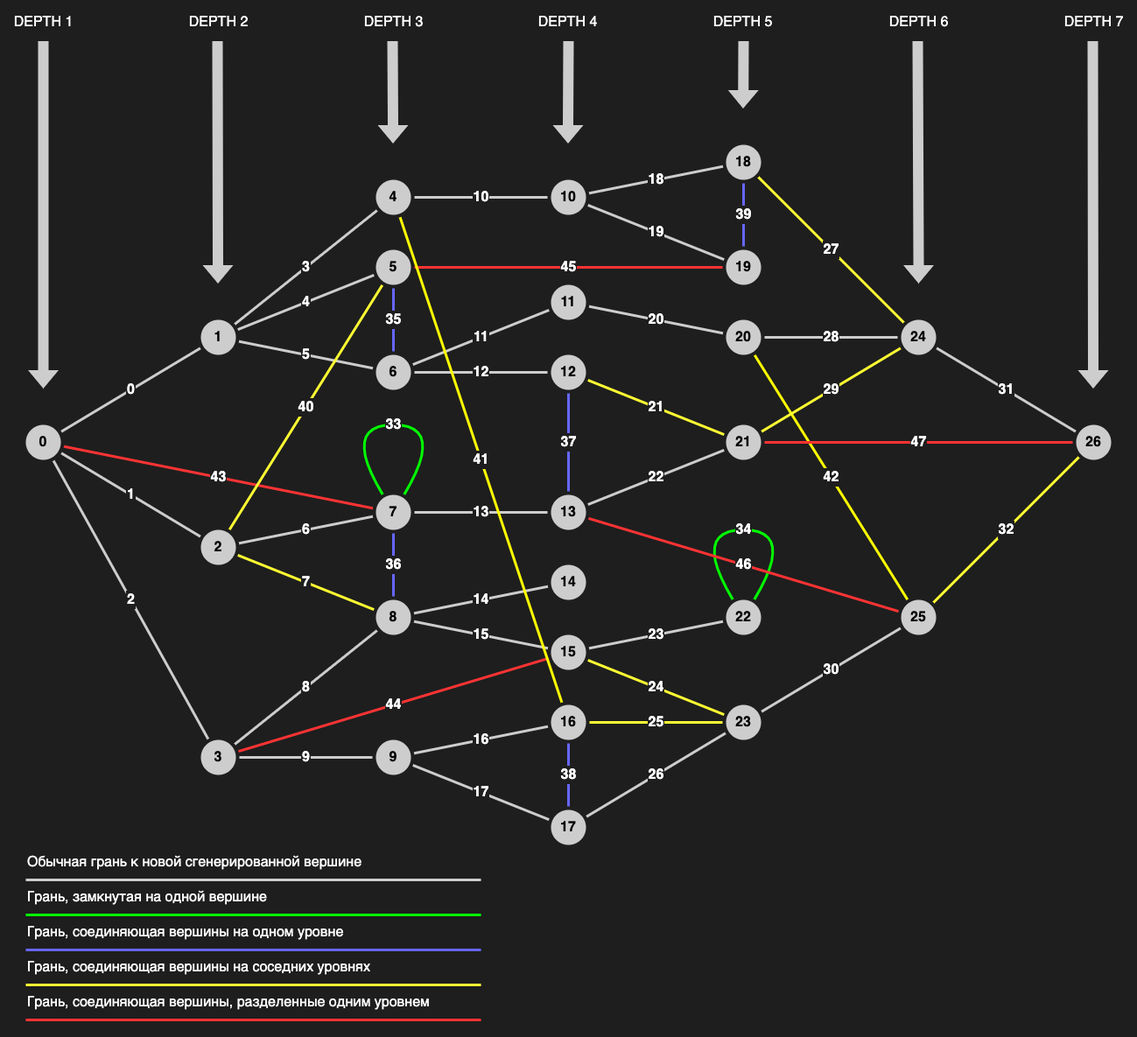
Before: tasks/task_03/graph.png, a diagram exported from draw.io (Friend-LGA/uni_course_cpp). Source tidied: cells renumbered, new cells last; positions are measured from the earlier drawing's top-left corner, leaving out a move shared by most shapes.
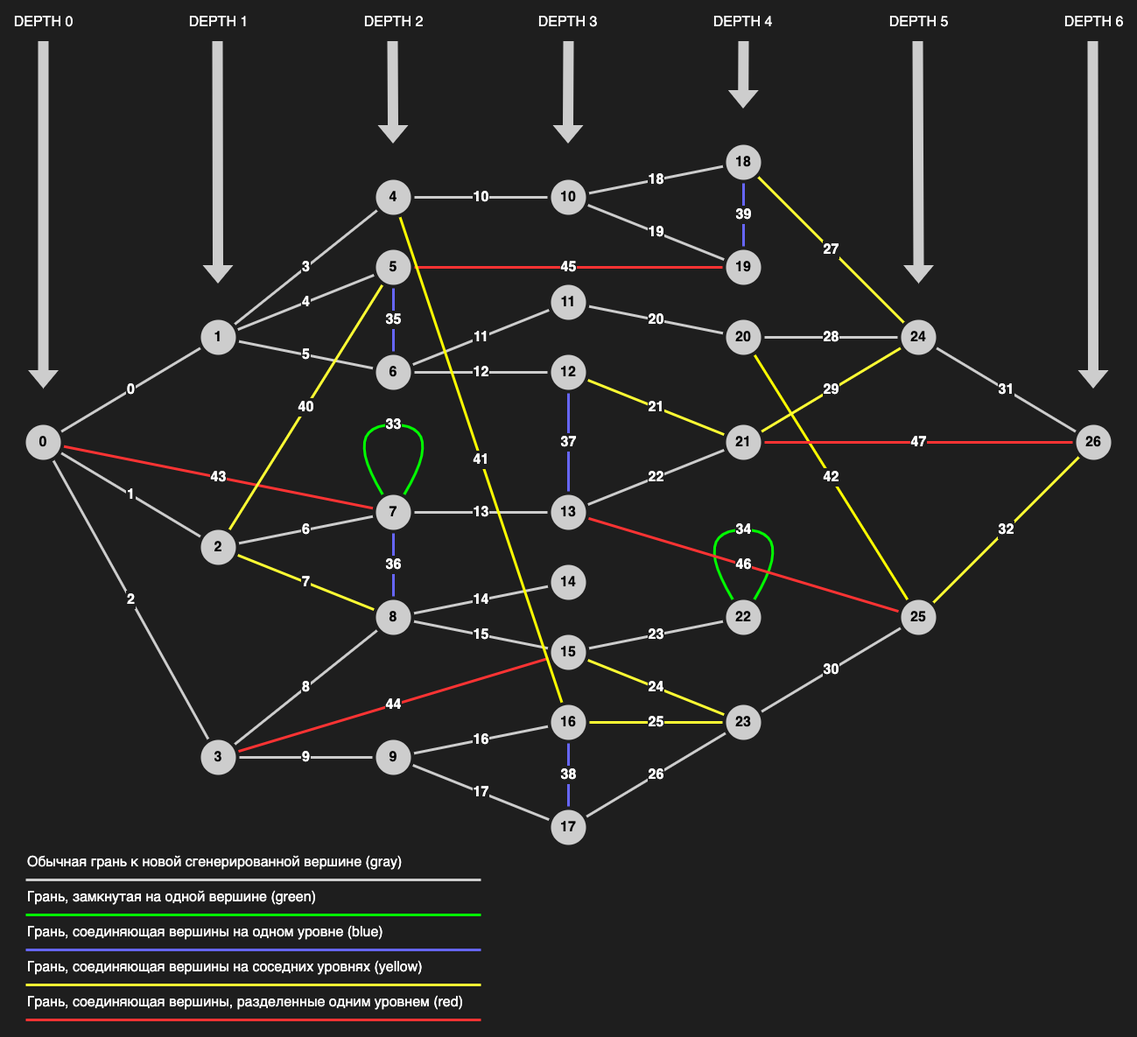
Above is the later version.

The edit, as a diff of the source:
```diff
@@ -204,49 +204,49 @@
     <mxCell id="65" value="32" style="edgeStyle=none;rounded=0;jettySize=auto;endArrow=none;endFill=0;fontSize=16;strokeWidth=3;labelBackgroundColor=#1e1e1e;fontColor=#FFFFFF;fontStyle=1;spacing=2;labelBorderColor=#1e1e1e;verticalAlign=middle;horizontal=1;html=1;shadow=0;jumpSize=6;targetPerimeterSpacing=4;sourcePerimeterSpacing=4;strokeColor=#FFFF33;" parent="1" edge="1" source="63" target="61">
       <mxGeometry relative="1" as="geometry" />
     </mxCell>
-    <mxCell id="66" value="DEPTH 1" style="shape=flexArrow;endArrow=classic;html=1;fillColor=#CDCDCD;fontSize=16;fontStyle=0;fontColor=#FFFFFF;labelBackgroundColor=none;strokeWidth=3;strokeColor=none;rounded=1;" parent="1" edge="1">
+    <mxCell id="66" value="DEPTH 0" style="shape=flexArrow;endArrow=classic;html=1;fillColor=#CDCDCD;fontSize=16;fontStyle=0;fontColor=#FFFFFF;labelBackgroundColor=none;strokeWidth=3;strokeColor=none;rounded=1;" parent="1" edge="1">
       <mxGeometry x="-1" y="-20" relative="1" as="geometry">
         <mxPoint x="20" as="sourcePoint" />
         <mxPoint x="20" y="400" as="targetPoint" />
         <mxPoint x="20" y="-20" as="offset" />
       </mxGeometry>
     </mxCell>
-    <mxCell id="67" value="DEPTH 2" style="shape=flexArrow;endArrow=classic;html=1;fillColor=#CDCDCD;fontSize=16;fontStyle=0;fontColor=#FFFFFF;labelBackgroundColor=none;strokeWidth=3;strokeColor=none;rounded=1;" parent="1" edge="1">
+    <mxCell id="67" value="DEPTH 1&lt;br&gt;" style="shape=flexArrow;endArrow=classic;html=1;fillColor=#CDCDCD;fontSize=16;fontStyle=0;fontColor=#FFFFFF;labelBackgroundColor=none;strokeWidth=3;strokeColor=none;rounded=1;" parent="1" edge="1">
       <mxGeometry x="-1" y="20" relative="1" as="geometry">
         <mxPoint x="219" as="sourcePoint" />
         <mxPoint x="219.5" y="280" as="targetPoint" />
         <mxPoint x="-19" y="-20" as="offset" />
       </mxGeometry>
     </mxCell>
-    <mxCell id="68" value="DEPTH 3" style="shape=flexArrow;endArrow=classic;html=1;fillColor=#CDCDCD;fontSize=16;fontStyle=0;fontColor=#FFFFFF;labelBackgroundColor=none;strokeWidth=3;strokeColor=none;rounded=1;" parent="1" edge="1">
+    <mxCell id="68" value="DEPTH 2" style="shape=flexArrow;endArrow=classic;html=1;fillColor=#CDCDCD;fontSize=16;fontStyle=0;fontColor=#FFFFFF;labelBackgroundColor=none;strokeWidth=3;strokeColor=none;rounded=1;" parent="1" edge="1">
       <mxGeometry x="-1" y="20" relative="1" as="geometry">
         <mxPoint x="419" as="sourcePoint" />
         <mxPoint x="419.5" y="120" as="targetPoint" />
         <mxPoint x="-19" y="-20" as="offset" />
       </mxGeometry>
     </mxCell>
-    <mxCell id="69" value="DEPTH 4" style="shape=flexArrow;endArrow=classic;html=1;fillColor=#CDCDCD;fontSize=16;fontStyle=0;fontColor=#FFFFFF;labelBackgroundColor=none;strokeWidth=3;strokeColor=none;rounded=1;" parent="1" edge="1">
+    <mxCell id="69" value="DEPTH 3&lt;br&gt;" style="shape=flexArrow;endArrow=classic;html=1;fillColor=#CDCDCD;fontSize=16;fontStyle=0;fontColor=#FFFFFF;labelBackgroundColor=none;strokeWidth=3;strokeColor=none;rounded=1;" parent="1" edge="1">
       <mxGeometry x="-1" y="-20" relative="1" as="geometry">
         <mxPoint x="620" as="sourcePoint" />
         <mxPoint x="619.5" y="120" as="targetPoint" />
         <mxPoint x="19" y="-20" as="offset" />
       </mxGeometry>
     </mxCell>
-    <mxCell id="70" value="DEPTH 5" style="shape=flexArrow;endArrow=classic;html=1;fillColor=#CDCDCD;fontSize=16;fontStyle=0;fontColor=#FFFFFF;labelBackgroundColor=none;strokeWidth=3;strokeColor=none;rounded=1;" parent="1" edge="1">
+    <mxCell id="70" value="DEPTH 4" style="shape=flexArrow;endArrow=classic;html=1;fillColor=#CDCDCD;fontSize=16;fontStyle=0;fontColor=#FFFFFF;labelBackgroundColor=none;strokeWidth=3;strokeColor=none;rounded=1;" parent="1" edge="1">
       <mxGeometry x="-1" y="-20" relative="1" as="geometry">
         <mxPoint x="820" as="sourcePoint" />
         <mxPoint x="819.5" y="80" as="targetPoint" />
         <mxPoint x="19" y="-20" as="offset" />
       </mxGeometry>
     </mxCell>
-    <mxCell id="71" value="DEPTH 6" style="shape=flexArrow;endArrow=classic;html=1;fillColor=#CDCDCD;fontSize=16;fontStyle=0;fontColor=#FFFFFF;labelBackgroundColor=none;strokeWidth=3;strokeColor=none;rounded=1;" parent="1" edge="1">
+    <mxCell id="71" value="DEPTH 5&lt;br&gt;" style="shape=flexArrow;endArrow=classic;html=1;fillColor=#CDCDCD;fontSize=16;fontStyle=0;fontColor=#FFFFFF;labelBackgroundColor=none;strokeWidth=3;strokeColor=none;rounded=1;" parent="1" edge="1">
       <mxGeometry x="-1" y="20" relative="1" as="geometry">
         <mxPoint x="1019" as="sourcePoint" />
         <mxPoint x="1020" y="280" as="targetPoint" />
         <mxPoint x="-19" y="-20" as="offset" />
       </mxGeometry>
     </mxCell>
-    <mxCell id="72" value="DEPTH 7" style="shape=flexArrow;endArrow=classic;html=1;fillColor=#CDCDCD;fontSize=16;fontStyle=0;fontColor=#FFFFFF;labelBackgroundColor=none;strokeWidth=3;strokeColor=none;rounded=1;" parent="1" edge="1">
+    <mxCell id="72" value="DEPTH 6&lt;br&gt;" style="shape=flexArrow;endArrow=classic;html=1;fillColor=#CDCDCD;fontSize=16;fontStyle=0;fontColor=#FFFFFF;labelBackgroundColor=none;strokeWidth=3;strokeColor=none;rounded=1;" parent="1" edge="1">
       <mxGeometry x="-1" y="20" relative="1" as="geometry">
         <mxPoint x="1219" as="sourcePoint" />
         <mxPoint x="1219.5" y="400" as="targetPoint" />
@@ -289,31 +289,31 @@
     <mxCell id="84" value="39" style="edgeStyle=none;rounded=0;jettySize=auto;endArrow=none;endFill=0;fontSize=16;strokeWidth=3;labelBackgroundColor=#1e1e1e;fontColor=#FFFFFF;fontStyle=1;spacing=2;labelBorderColor=#1e1e1e;verticalAlign=middle;horizontal=1;html=1;shadow=0;jumpSize=6;targetPerimeterSpacing=4;sourcePerimeterSpacing=4;strokeColor=#6666FF;" parent="1" edge="1" source="51" target="53">
       <mxGeometry relative="1" as="geometry" />
     </mxCell>
-    <mxCell id="85" value="Обычная грань к новой сгенерированной вершине&lt;br&gt;" style="endArrow=none;endFill=0;fontSize=16;strokeWidth=3;labelBackgroundColor=none;fontColor=#FFFFFF;fontStyle=0;spacing=2;labelBorderColor=none;verticalAlign=middle;horizontal=1;html=1;shadow=0;strokeColor=#CDCDCD;jumpSize=6;targetPerimeterSpacing=4;sourcePerimeterSpacing=4;align=left;" parent="1" edge="1">
+    <mxCell id="85" value="Обычная грань к новой сгенерированной вершине (gray)" style="endArrow=none;endFill=0;fontSize=16;strokeWidth=3;labelBackgroundColor=none;fontColor=#FFFFFF;fontStyle=0;spacing=2;labelBorderColor=none;verticalAlign=middle;horizontal=1;html=1;shadow=0;strokeColor=#CDCDCD;jumpSize=6;targetPerimeterSpacing=4;sourcePerimeterSpacing=4;align=left;" parent="1" edge="1">
       <mxGeometry x="-1" y="20" relative="1" as="geometry">
         <mxPoint y="960" as="sourcePoint" />
         <mxPoint x="520" y="960" as="targetPoint" />
       </mxGeometry>
     </mxCell>
-    <mxCell id="86" value="Грань, замкнутая на одной вершине&lt;br&gt;" style="edgeStyle=none;orthogonalLoop=1;jettySize=auto;endArrow=none;endFill=0;fontSize=16;strokeWidth=3;labelBackgroundColor=none;fontColor=#FFFFFF;fontStyle=0;spacing=2;labelBorderColor=none;verticalAlign=middle;horizontal=1;html=1;shadow=0;jumpSize=6;targetPerimeterSpacing=4;sourcePerimeterSpacing=4;strokeColor=#00FF00;align=left;rounded=0;" parent="1" edge="1">
+    <mxCell id="86" value="Грань, замкнутая на одной вершине (green)" style="edgeStyle=none;orthogonalLoop=1;jettySize=auto;endArrow=none;endFill=0;fontSize=16;strokeWidth=3;labelBackgroundColor=none;fontColor=#FFFFFF;fontStyle=0;spacing=2;labelBorderColor=none;verticalAlign=middle;horizontal=1;html=1;shadow=0;jumpSize=6;targetPerimeterSpacing=4;sourcePerimeterSpacing=4;strokeColor=#00FF00;align=left;rounded=0;" parent="1" edge="1">
       <mxGeometry x="-1" y="20" relative="1" as="geometry">
         <mxPoint y="1000" as="sourcePoint" />
         <mxPoint x="520" y="1000" as="targetPoint" />
       </mxGeometry>
     </mxCell>
-    <mxCell id="87" value="Грань, соединяющая вершины на соседних уровнях" style="endArrow=none;endFill=0;fontSize=16;strokeWidth=3;labelBackgroundColor=none;fontColor=#FFFFFF;fontStyle=0;spacing=2;labelBorderColor=none;verticalAlign=middle;horizontal=1;html=1;shadow=0;jumpSize=6;targetPerimeterSpacing=4;sourcePerimeterSpacing=4;strokeColor=#FFFF33;align=left;" parent="1" edge="1">
+    <mxCell id="87" value="Грань, соединяющая вершины на соседних уровнях (yellow)" style="endArrow=none;endFill=0;fontSize=16;strokeWidth=3;labelBackgroundColor=none;fontColor=#FFFFFF;fontStyle=0;spacing=2;labelBorderColor=none;verticalAlign=middle;horizontal=1;html=1;shadow=0;jumpSize=6;targetPerimeterSpacing=4;sourcePerimeterSpacing=4;strokeColor=#FFFF33;align=left;" parent="1" edge="1">
       <mxGeometry x="1" y="-20" relative="1" as="geometry">
         <mxPoint x="520" y="1080" as="sourcePoint" />
         <mxPoint y="1080" as="targetPoint" />
       </mxGeometry>
     </mxCell>
-    <mxCell id="88" value="Грань, соединяющая вершины, разделенные одним уровнем&lt;br&gt;" style="endArrow=none;endFill=0;fontSize=16;strokeWidth=3;labelBackgroundColor=none;fontColor=#FFFFFF;fontStyle=0;spacing=2;labelBorderColor=none;verticalAlign=middle;horizontal=1;html=1;shadow=0;jumpSize=6;targetPerimeterSpacing=4;sourcePerimeterSpacing=4;strokeColor=#FF3333;align=left;" parent="1" edge="1">
+    <mxCell id="88" value="Грань, соединяющая вершины, разделенные одним уровнем (red)" style="endArrow=none;endFill=0;fontSize=16;strokeWidth=3;labelBackgroundColor=none;fontColor=#FFFFFF;fontStyle=0;spacing=2;labelBorderColor=none;verticalAlign=middle;horizontal=1;html=1;shadow=0;jumpSize=6;targetPerimeterSpacing=4;sourcePerimeterSpacing=4;strokeColor=#FF3333;align=left;" parent="1" edge="1">
       <mxGeometry x="1" y="-20" relative="1" as="geometry">
         <mxPoint x="520" y="1120" as="sourcePoint" />
         <mxPoint y="1120" as="targetPoint" />
       </mxGeometry>
     </mxCell>
-    <mxCell id="89" value="Грань, соединяющая вершины на одном уровне&lt;br&gt;" style="edgeStyle=none;rounded=0;orthogonalLoop=1;jettySize=auto;endArrow=none;endFill=0;fontSize=16;strokeWidth=3;labelBackgroundColor=none;fontColor=#FFFFFF;fontStyle=0;spacing=2;labelBorderColor=none;verticalAlign=middle;horizontal=1;html=1;shadow=0;jumpSize=6;targetPerimeterSpacing=4;sourcePerimeterSpacing=4;strokeColor=#6666FF;align=left;" parent="1" edge="1">
+    <mxCell id="89" value="Грань, соединяющая вершины на одном уровне (blue)" style="edgeStyle=none;rounded=0;orthogonalLoop=1;jettySize=auto;endArrow=none;endFill=0;fontSize=16;strokeWidth=3;labelBackgroundColor=none;fontColor=#FFFFFF;fontStyle=0;spacing=2;labelBorderColor=none;verticalAlign=middle;horizontal=1;html=1;shadow=0;jumpSize=6;targetPerimeterSpacing=4;sourcePerimeterSpacing=4;strokeColor=#6666FF;align=left;" parent="1" edge="1">
       <mxGeometry x="1" y="-20" relative="1" as="geometry">
         <mxPoint x="520" y="1040" as="sourcePoint" />
         <mxPoint y="1040" as="targetPoint" />
```
